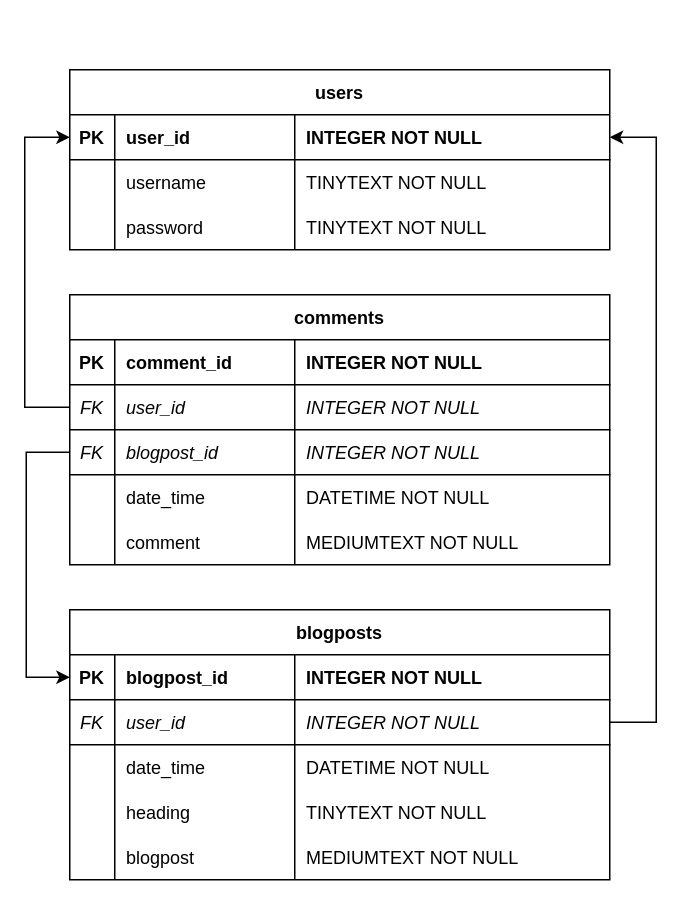
Before: database/db.drawio in FelixSchuster/VulnBlog, a draw.io diagram. Source tidied: cells renumbered, new cells numbered last; positions are measured from the earlier drawing's top-left corner, leaving out a move shared by most shapes. Both pictures are drawn from the tidied source at 150%, with x=0, y=0 at pixel (24, 69).
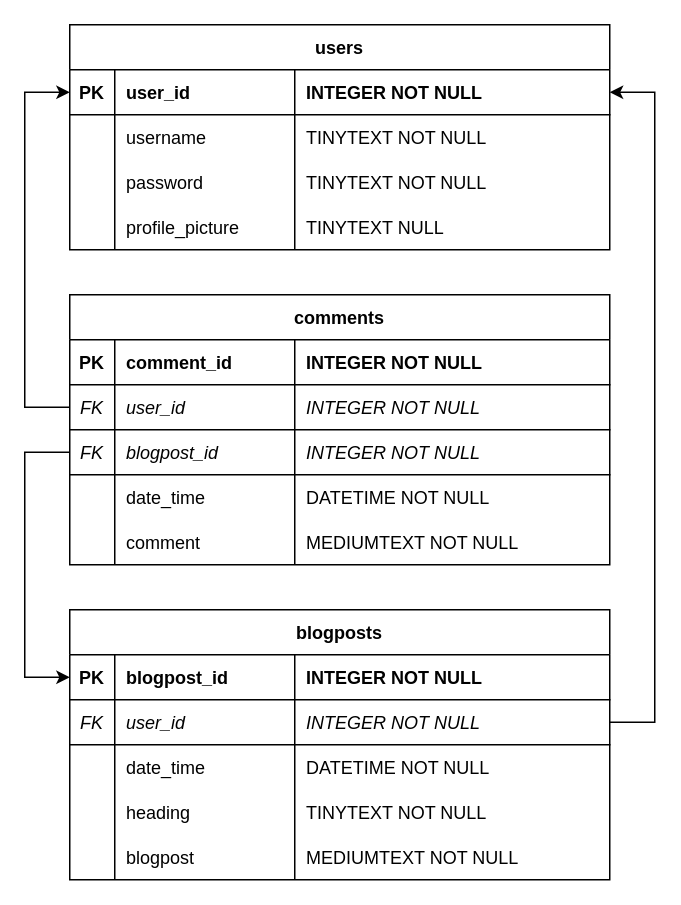
The same diagram, later.

The change refers to these unchanged cells:
```xml
<mxCell id="3" style="shape=partialRectangle;fillColor=none;points=[[0,0.5],[1,0.5]];portConstraint=eastwest;top=0;left=0;right=0;bottom=1;" parent="2" vertex="1">
  <mxGeometry y="30" width="360" height="30" as="geometry" />
</mxCell>
<mxCell id="16" style="shape=partialRectangle;fillColor=none;points=[[0,0.5],[1,0.5]];portConstraint=eastwest;top=0;left=0;right=0;bottom=1;" parent="15" vertex="1">
  <mxGeometry y="30" width="360" height="30" as="geometry" />
</mxCell>
<mxCell id="20" style="shape=partialRectangle;fillColor=none;points=[[0,0.5],[1,0.5]];portConstraint=eastwest;top=0;left=0;right=0;bottom=1;" parent="15" vertex="1">
  <mxGeometry y="60" width="360" height="30" as="geometry" />
</mxCell>
<mxCell id="41" style="shape=partialRectangle;fillColor=none;points=[[0,0.5],[1,0.5]];portConstraint=eastwest;top=0;left=0;right=0;bottom=1;" parent="36" vertex="1">
  <mxGeometry y="60" width="360" height="30" as="geometry" />
</mxCell>
<mxCell id="45" style="shape=partialRectangle;fillColor=none;points=[[0,0.5],[1,0.5]];portConstraint=eastwest;top=0;left=0;right=0;bottom=1;" parent="36" vertex="1">
  <mxGeometry y="90" width="360" height="30" as="geometry" />
</mxCell>
```

Change to the diagram source:
```diff
@@
     <mxCell id="2" value="users" style="shape=table;startSize=30;childLayout=tableLayout;rowLines=0;fontStyle=1;align=center;" parent="1" vertex="1">
-      <mxGeometry x="30" width="360" height="120" as="geometry" />
+      <mxGeometry x="30" y="-30" width="360" height="150" as="geometry" />
     </mxCell>
@@
+    <mxCell id="60" style="shape=partialRectangle;fillColor=none;top=0;left=0;right=0;bottom=0;" parent="2" vertex="1">
+      <mxGeometry y="120" width="360" height="30" as="geometry" />
+    </mxCell>
+    <mxCell id="61" style="shape=partialRectangle;overflow=hidden;fillColor=none;top=0;left=0;bottom=0;right=0;" parent="60" vertex="1">
+      <mxGeometry width="30" height="30" as="geometry" />
+    </mxCell>
+    <mxCell id="62" value="profile_picture" style="shape=partialRectangle;overflow=hidden;fillColor=none;top=0;left=0;bottom=0;right=0;align=left;spacingLeft=6;" parent="60" vertex="1">
+      <mxGeometry x="30" width="120" height="30" as="geometry" />
+    </mxCell>
+    <mxCell id="63" value="TINYTEXT NULL" style="shape=partialRectangle;overflow=hidden;fillColor=none;top=0;left=0;bottom=0;right=0;align=left;spacingLeft=6;" parent="60" vertex="1">
+      <mxGeometry x="150" width="210" height="30" as="geometry" />
+    </mxCell>
@@
+    <mxCell id="58" style="edgeStyle=orthogonalEdgeStyle;rounded=0;jettySize=auto;html=1;exitX=0;exitY=0.5;exitDx=0;exitDy=0;entryX=0;entryY=0.5;entryDx=0;entryDy=0;" parent="1" edge="1" source="45" target="16">
+      <mxGeometry relative="1" as="geometry">
+        <Array as="points">
+          <mxPoint y="255" />
+          <mxPoint y="405" />
+        </Array>
+      </mxGeometry>
+    </mxCell>
     <mxCell id="57" style="edgeStyle=orthogonalEdgeStyle;rounded=0;jettySize=auto;html=1;exitX=0;exitY=0.5;exitDx=0;exitDy=0;entryX=0;entryY=0.5;entryDx=0;entryDy=0;" parent="1" edge="1" source="41" target="3">
       <mxGeometry relative="1" as="geometry">
         <Array as="points">
           <mxPoint y="225" />
-          <mxPoint y="45" />
+          <mxPoint y="15" />
         </Array>
       </mxGeometry>
     </mxCell>
-    <mxCell id="58" style="edgeStyle=orthogonalEdgeStyle;rounded=0;jettySize=auto;html=1;exitX=0;exitY=0.5;exitDx=0;exitDy=0;entryX=0;entryY=0.5;entryDx=0;entryDy=0;" parent="1" edge="1" source="45" target="16">
-      <mxGeometry relative="1" as="geometry">
-        <Array as="points">
-          <mxPoint x="1" y="255" />
-          <mxPoint x="1" y="405" />
-        </Array>
-      </mxGeometry>
-    </mxCell>
     <mxCell id="59" style="edgeStyle=orthogonalEdgeStyle;rounded=0;jettySize=auto;html=1;exitX=1;exitY=0.5;exitDx=0;exitDy=0;entryX=1;entryY=0.5;entryDx=0;entryDy=0;" parent="1" edge="1" source="20" target="3">
       <mxGeometry relative="1" as="geometry">
         <Array as="points">
-          <mxPoint x="421" y="435" />
-          <mxPoint x="421" y="45" />
+          <mxPoint x="420" y="435" />
+          <mxPoint x="420" y="15" />
         </Array>
       </mxGeometry>
     </mxCell>
```
